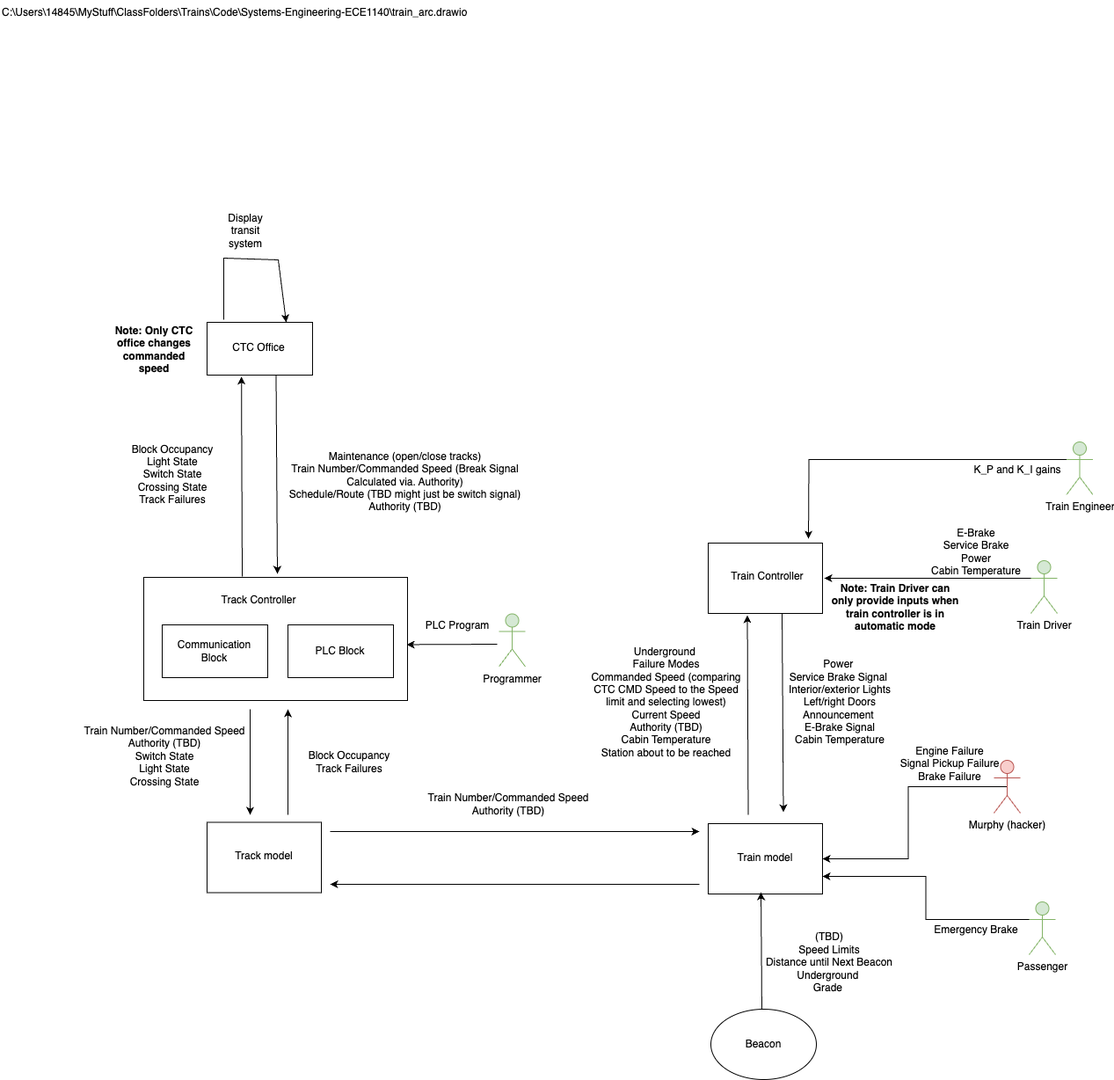
This is Architecture_Group3.png from lao57/Systems-Engineering-ECE1140, a draw.io export, as it was before one commit. Source tidied: cells renumbered, new cells last; positions are measured from the earlier drawing's top-left corner, leaving out a move shared by most shapes. The source it was exported from:
```xml
<mxGraphModel>
  <root>
    <mxCell id="0" />
    <mxCell id="1" parent="0" />
    <mxCell id="2" value="&lt;div&gt;Emergency Brake&lt;/div&gt;&lt;div&gt;&lt;br&gt;&lt;/div&gt;" style="text;html=1;align=center;verticalAlign=middle;whiteSpace=wrap;rounded=0;rotation=0;" parent="1" vertex="1">
      <mxGeometry x="1050" y="1052" width="120" height="23" as="geometry" />
    </mxCell>
    <mxCell id="3" value="C:\Users\14845\MyStuff\ClassFolders\Trains\Code\Systems-Engineering-ECE1140\train_arc.drawio" style="text;whiteSpace=wrap;html=1;" parent="1" vertex="1">
      <mxGeometry width="550" height="51" as="geometry" />
    </mxCell>
    <mxCell id="4" style="rounded=0;whiteSpace=wrap;html=1;" parent="1" vertex="1">
      <mxGeometry x="163" y="656" width="300" height="140" as="geometry" />
    </mxCell>
    <mxCell id="5" style="rounded=0;whiteSpace=wrap;html=1;" parent="1" vertex="1">
      <mxGeometry x="235" y="366" width="120" height="60" as="geometry" />
    </mxCell>
    <mxCell id="6" style="endArrow=classic;html=1;rounded=0;" parent="1" edge="1">
      <mxGeometry relative="1" as="geometry">
        <mxPoint x="313.5" y="426" as="sourcePoint" />
        <mxPoint x="315" y="652" as="targetPoint" />
      </mxGeometry>
    </mxCell>
    <mxCell id="7" value="CTC Office" style="text;html=1;align=center;verticalAlign=middle;whiteSpace=wrap;rounded=0;" parent="1" vertex="1">
      <mxGeometry x="254" y="377" width="80" height="35" as="geometry" />
    </mxCell>
    <mxCell id="8" style="rounded=0;whiteSpace=wrap;html=1;" parent="1" vertex="1">
      <mxGeometry x="184" y="710" width="120" height="60" as="geometry" />
    </mxCell>
    <mxCell id="9" style="rounded=0;whiteSpace=wrap;html=1;" parent="1" vertex="1">
      <mxGeometry x="327" y="710" width="120" height="60" as="geometry" />
    </mxCell>
    <mxCell id="10" value="&lt;div&gt;Communication &lt;br&gt;&lt;/div&gt;&lt;div&gt;Block&lt;br&gt;&lt;/div&gt;" style="text;html=1;align=center;verticalAlign=middle;whiteSpace=wrap;rounded=0;" parent="1" vertex="1">
      <mxGeometry x="203" y="723" width="81" height="35" as="geometry" />
    </mxCell>
    <mxCell id="11" value="PLC Block" style="text;html=1;align=center;verticalAlign=middle;whiteSpace=wrap;rounded=0;" parent="1" vertex="1">
      <mxGeometry x="346" y="722.5" width="81" height="35" as="geometry" />
    </mxCell>
    <mxCell id="12" value="Track Controller" style="text;html=1;align=center;verticalAlign=middle;whiteSpace=wrap;rounded=0;" parent="1" vertex="1">
      <mxGeometry x="247" y="667" width="94" height="30" as="geometry" />
    </mxCell>
    <mxCell id="13" style="endArrow=classic;html=1;rounded=0;entryX=0.326;entryY=1.027;entryDx=0;entryDy=0;entryPerimeter=0;" parent="1" edge="1" target="5">
      <mxGeometry relative="1" as="geometry">
        <mxPoint x="275" y="655" as="sourcePoint" />
      </mxGeometry>
    </mxCell>
    <mxCell id="14" value="&lt;b&gt;Note: Only CTC office changes commanded speed&lt;/b&gt;" style="text;html=1;align=center;verticalAlign=middle;whiteSpace=wrap;rounded=0;" parent="1" vertex="1">
      <mxGeometry x="125" y="367" width="100" height="59" as="geometry" />
    </mxCell>
    <mxCell id="15" style="endArrow=classic;html=1;rounded=0;" parent="1" edge="1">
      <mxGeometry relative="1" as="geometry">
        <mxPoint x="375" y="945" as="sourcePoint" />
        <mxPoint x="795" y="945" as="targetPoint" />
      </mxGeometry>
    </mxCell>
    <mxCell id="16" style="endArrow=classic;html=1;rounded=0;" parent="1" edge="1">
      <mxGeometry relative="1" as="geometry">
        <mxPoint x="795" y="1005" as="sourcePoint" />
        <mxPoint x="375" y="1005" as="targetPoint" />
      </mxGeometry>
    </mxCell>
    <mxCell id="17" style="rounded=0;whiteSpace=wrap;html=1;" parent="1" vertex="1">
      <mxGeometry x="805" y="936" width="130" height="80" as="geometry" />
    </mxCell>
    <mxCell id="18" value="&lt;div&gt;Train model&lt;/div&gt;" style="text;html=1;align=center;verticalAlign=middle;whiteSpace=wrap;rounded=0;" parent="1" vertex="1">
      <mxGeometry x="830" y="957" width="80" height="35" as="geometry" />
    </mxCell>
    <mxCell id="19" style="rounded=0;whiteSpace=wrap;html=1;" parent="1" vertex="1">
      <mxGeometry x="235" y="934.5" width="130" height="80" as="geometry" />
    </mxCell>
    <mxCell id="20" value="&lt;div&gt;Track model&lt;br&gt;&lt;/div&gt;" style="text;html=1;align=center;verticalAlign=middle;whiteSpace=wrap;rounded=0;" parent="1" vertex="1">
      <mxGeometry x="260" y="955.5" width="80" height="35" as="geometry" />
    </mxCell>
    <mxCell id="21" style="endArrow=classic;html=1;rounded=0;" parent="1" edge="1">
      <mxGeometry relative="1" as="geometry">
        <mxPoint x="327" y="926" as="sourcePoint" />
        <mxPoint x="327" y="806" as="targetPoint" />
      </mxGeometry>
    </mxCell>
    <mxCell id="22" style="endArrow=classic;html=1;rounded=0;" parent="1" edge="1">
      <mxGeometry relative="1" as="geometry">
        <mxPoint x="284" y="806" as="sourcePoint" />
        <mxPoint x="284" y="926" as="targetPoint" />
      </mxGeometry>
    </mxCell>
    <mxCell id="23" value="&lt;div&gt;Train Number/Commanded Speed&lt;/div&gt;&lt;div&gt;Authority (TBD)&lt;/div&gt;" style="text;html=1;align=center;verticalAlign=middle;whiteSpace=wrap;rounded=0;" parent="1" vertex="1">
      <mxGeometry x="469" y="855" width="218" height="117" as="geometry" />
    </mxCell>
    <mxCell id="24" value="&lt;div&gt;(TBD)&lt;/div&gt;Speed Limits&lt;div&gt;Distance until Next Beacon&lt;/div&gt;&lt;div&gt;Underground&amp;nbsp;&lt;/div&gt;&lt;div&gt;Grade&amp;nbsp;&lt;/div&gt;&lt;div&gt;&lt;br&gt;&lt;/div&gt;" style="text;html=1;align=center;verticalAlign=middle;whiteSpace=wrap;rounded=0;" parent="1" vertex="1">
      <mxGeometry x="840" y="1042" width="206" height="117" as="geometry" />
    </mxCell>
    <mxCell id="25" style="endArrow=classic;html=1;rounded=0;" parent="1" edge="1">
      <mxGeometry relative="1" as="geometry">
        <mxPoint x="889" y="697" as="sourcePoint" />
        <mxPoint x="890.5" y="923" as="targetPoint" />
      </mxGeometry>
    </mxCell>
    <mxCell id="26" style="endArrow=classic;html=1;rounded=0;entryX=0.326;entryY=1.027;entryDx=0;entryDy=0;entryPerimeter=0;" parent="1" edge="1">
      <mxGeometry relative="1" as="geometry">
        <mxPoint x="850.5" y="926" as="sourcePoint" />
        <mxPoint x="849.5" y="699" as="targetPoint" />
      </mxGeometry>
    </mxCell>
    <mxCell id="27" style="rounded=0;whiteSpace=wrap;html=1;" parent="1" vertex="1">
      <mxGeometry x="805" y="617" width="130" height="80" as="geometry" />
    </mxCell>
    <mxCell id="28" value="Train Controller" style="text;html=1;align=center;verticalAlign=middle;whiteSpace=wrap;rounded=0;" parent="1" vertex="1">
      <mxGeometry x="830" y="638" width="85" height="35" as="geometry" />
    </mxCell>
    <mxCell id="29" value="&lt;div&gt;Underground&amp;nbsp;&lt;/div&gt;&lt;div&gt;Failure Modes&lt;/div&gt;&lt;div&gt;&lt;span style=&quot;background-color: transparent; color: light-dark(rgb(0, 0, 0), rgb(255, 255, 255));&quot;&gt;Commanded Speed (comparing CTC CMD Speed to the Speed limit and selecting lowest)&lt;/span&gt;&lt;/div&gt;&lt;div&gt;&lt;span style=&quot;background-color: transparent; color: light-dark(rgb(0, 0, 0), rgb(255, 255, 255));&quot;&gt;Current Speed&lt;/span&gt;&lt;/div&gt;&lt;div&gt;&lt;span style=&quot;background-color: transparent; color: light-dark(rgb(0, 0, 0), rgb(255, 255, 255));&quot;&gt;Authority (TBD)&lt;/span&gt;&lt;/div&gt;&lt;div&gt;Cabin Temperature&lt;span style=&quot;background-color: transparent; color: light-dark(rgb(0, 0, 0), rgb(255, 255, 255));&quot;&gt;&lt;/span&gt;&lt;/div&gt;Station about to be reached" style="text;html=1;align=center;verticalAlign=middle;whiteSpace=wrap;rounded=0;" parent="1" vertex="1">
      <mxGeometry x="662" y="730" width="191" height="136" as="geometry" />
    </mxCell>
    <mxCell id="30" value="Power&amp;nbsp;&lt;div&gt;Service Brake Signal&amp;nbsp;&lt;/div&gt;&lt;div&gt;Interior/exterior Lights&lt;/div&gt;&lt;div&gt;Left/right Doors&lt;/div&gt;&lt;div&gt;Announcement&amp;nbsp;&lt;/div&gt;&lt;div&gt;E-Brake Signal&lt;/div&gt;&lt;div&gt;Cabin Temperature&lt;/div&gt;" style="text;html=1;align=center;verticalAlign=middle;whiteSpace=wrap;rounded=0;" parent="1" vertex="1">
      <mxGeometry x="880" y="739" width="150" height="117" as="geometry" />
    </mxCell>
    <mxCell id="31" value="Maintenance (open/close tracks)&lt;div&gt;Train Number/Commanded Speed (Break Signal Calculated via. Authority)&lt;/div&gt;&lt;div&gt;Schedule/Route (TBD might just be switch signal)&lt;/div&gt;&lt;div&gt;Authority (TBD)&lt;/div&gt;&lt;div&gt;&lt;br&gt;&lt;/div&gt;&lt;div&gt;&lt;br&gt;&lt;/div&gt;&lt;div&gt;&lt;br&gt;&lt;/div&gt;&lt;div&gt;&lt;br&gt;&lt;/div&gt;" style="text;html=1;align=center;verticalAlign=middle;whiteSpace=wrap;rounded=0;" parent="1" vertex="1">
      <mxGeometry x="324" y="463" width="273" height="226" as="geometry" />
    </mxCell>
    <mxCell id="32" value="Block Occupancy&lt;div&gt;Light State&lt;/div&gt;&lt;div&gt;Switch State&lt;/div&gt;&lt;div&gt;Crossing State&lt;/div&gt;&lt;div&gt;Track Failures&lt;/div&gt;" style="text;html=1;align=center;verticalAlign=middle;whiteSpace=wrap;rounded=0;" parent="1" vertex="1">
      <mxGeometry x="145" y="434" width="102" height="209" as="geometry" />
    </mxCell>
    <mxCell id="33" value="&lt;div&gt;&lt;br&gt;&lt;/div&gt;&lt;div&gt;Block Occupancy&lt;/div&gt;&lt;div&gt;Track Failures&lt;/div&gt;" style="text;html=1;align=center;verticalAlign=middle;whiteSpace=wrap;rounded=0;" parent="1" vertex="1">
      <mxGeometry x="331" y="790" width="132" height="137" as="geometry" />
    </mxCell>
    <mxCell id="34" value="Train Number/Commanded Speed&#10;Authority (TBD)&#10;Switch State&#10;Light State&#10;Crossing State&#10;" style="text;whiteSpace=wrap;align=center;" parent="1" vertex="1">
      <mxGeometry x="80" y="817" width="214" height="132" as="geometry" />
    </mxCell>
    <mxCell id="35" style="endArrow=classic;html=1;rounded=0;" parent="1" edge="1">
      <mxGeometry relative="1" as="geometry">
        <mxPoint x="866" y="1149" as="sourcePoint" />
        <mxPoint x="865" y="1014" as="targetPoint" />
      </mxGeometry>
    </mxCell>
    <mxCell id="36" value="Beacon" style="ellipse;whiteSpace=wrap;html=1;" parent="1" vertex="1">
      <mxGeometry x="808" y="1147" width="120" height="80" as="geometry" />
    </mxCell>
    <mxCell id="37" style="edgeStyle=orthogonalEdgeStyle;rounded=0;jettySize=auto;html=1;exitX=0.5;exitY=0.5;exitDx=0;exitDy=0;exitPerimeter=0;entryX=1;entryY=0.5;entryDx=0;entryDy=0;" parent="1" edge="1" source="38" target="17">
      <mxGeometry relative="1" as="geometry" />
    </mxCell>
    <mxCell id="38" value="Murphy (hacker)" style="shape=umlActor;verticalLabelPosition=bottom;verticalAlign=top;html=1;outlineConnect=0;fillColor=#f8cecc;strokeColor=#b85450;" parent="1" vertex="1">
      <mxGeometry x="1130" y="864" width="30" height="60" as="geometry" />
    </mxCell>
    <mxCell id="39" style="edgeStyle=orthogonalEdgeStyle;rounded=0;jettySize=auto;html=1;exitX=0;exitY=0.3333333333333333;exitDx=0;exitDy=0;exitPerimeter=0;entryX=1;entryY=0.75;entryDx=0;entryDy=0;" parent="1" edge="1" source="40" target="17">
      <mxGeometry relative="1" as="geometry" />
    </mxCell>
    <mxCell id="40" value="Passenger" style="shape=umlActor;verticalLabelPosition=bottom;verticalAlign=top;html=1;outlineConnect=0;fillColor=#d5e8d4;strokeColor=#82b366;" parent="1" vertex="1">
      <mxGeometry x="1170" y="1025" width="30" height="60" as="geometry" />
    </mxCell>
    <mxCell id="41" value="&lt;div&gt;Engine Failure&lt;/div&gt;&lt;div&gt;Signal Pickup Failure&lt;/div&gt;&lt;div&gt;Brake Failure&lt;/div&gt;" style="text;html=1;align=center;verticalAlign=middle;whiteSpace=wrap;rounded=0;" parent="1" vertex="1">
      <mxGeometry x="1021" y="837" width="118" height="61" as="geometry" />
    </mxCell>
    <mxCell id="42" value="&lt;div&gt;PLC Program&lt;/div&gt;" style="text;html=1;align=center;verticalAlign=middle;whiteSpace=wrap;rounded=0;rotation=0;" parent="1" vertex="1">
      <mxGeometry x="460" y="699.5" width="120" height="23" as="geometry" />
    </mxCell>
    <mxCell id="43" value="Programmer" style="shape=umlActor;verticalLabelPosition=bottom;verticalAlign=top;html=1;fillColor=#d5e8d4;strokeColor=#82b366;" parent="1" vertex="1">
      <mxGeometry x="567" y="697.5" width="30" height="60" as="geometry" />
    </mxCell>
    <mxCell id="44" style="endArrow=classic;html=1;rounded=0;entryX=0.997;entryY=0.546;entryDx=0;entryDy=0;entryPerimeter=0;" parent="1" edge="1" target="4">
      <mxGeometry relative="1" as="geometry">
        <mxPoint x="565" y="732" as="sourcePoint" />
      </mxGeometry>
    </mxCell>
    <mxCell id="45" value="&lt;div&gt;E-Brake&lt;/div&gt;&lt;div&gt;Service Brake&lt;/div&gt;Power&lt;br&gt;Cabin Temperature" style="text;html=1;align=center;verticalAlign=middle;whiteSpace=wrap;rounded=0;rotation=0;" parent="1" vertex="1">
      <mxGeometry x="1050" y="615" width="120" height="23" as="geometry" />
    </mxCell>
    <mxCell id="46" style="edgeStyle=orthogonalEdgeStyle;rounded=0;jettySize=auto;html=1;exitX=0;exitY=0.3333333333333333;exitDx=0;exitDy=0;exitPerimeter=0;" parent="1" edge="1" source="47">
      <mxGeometry relative="1" as="geometry">
        <mxPoint x="937" y="657" as="targetPoint" />
      </mxGeometry>
    </mxCell>
    <mxCell id="47" value="&lt;div&gt;Train Driver&lt;/div&gt;" style="shape=umlActor;verticalLabelPosition=bottom;verticalAlign=top;html=1;outlineConnect=0;fillColor=#d5e8d4;strokeColor=#82b366;" parent="1" vertex="1">
      <mxGeometry x="1172" y="637" width="30" height="60" as="geometry" />
    </mxCell>
    <mxCell id="48" value="K_P and K_I gains" style="text;html=1;align=center;verticalAlign=middle;whiteSpace=wrap;rounded=0;rotation=0;" parent="1" vertex="1">
      <mxGeometry x="1096.5" y="522" width="120" height="23" as="geometry" />
    </mxCell>
    <mxCell id="49" style="edgeStyle=orthogonalEdgeStyle;rounded=0;jettySize=auto;html=1;exitX=0;exitY=0.3333333333333333;exitDx=0;exitDy=0;exitPerimeter=0;" parent="1" edge="1" source="50">
      <mxGeometry relative="1" as="geometry">
        <mxPoint x="919" y="612" as="targetPoint" />
      </mxGeometry>
    </mxCell>
    <mxCell id="50" value="&lt;div&gt;Train Engineer&lt;/div&gt;" style="shape=umlActor;verticalLabelPosition=bottom;verticalAlign=top;html=1;outlineConnect=0;fillColor=#d5e8d4;strokeColor=#82b366;" parent="1" vertex="1">
      <mxGeometry x="1212.5" y="502" width="30" height="60" as="geometry" />
    </mxCell>
    <mxCell id="51" value="&lt;b&gt;Note: Train Driver can only provide inputs when train controller is in automatic mode&lt;/b&gt;" style="text;html=1;align=center;verticalAlign=middle;whiteSpace=wrap;rounded=0;" parent="1" vertex="1">
      <mxGeometry x="944" y="661" width="148" height="58" as="geometry" />
    </mxCell>
    <mxCell id="52" style="endArrow=classic;html=1;rounded=0;entryX=0.75;entryY=0;entryDx=0;entryDy=0;" parent="1" edge="1" target="5">
      <mxGeometry relative="1" as="geometry">
        <mxPoint x="254" y="363" as="sourcePoint" />
        <Array as="points">
          <mxPoint x="254" y="293" />
          <mxPoint x="316" y="295" />
        </Array>
      </mxGeometry>
    </mxCell>
    <mxCell id="53" value="Display transit system" style="text;html=1;align=center;verticalAlign=middle;whiteSpace=wrap;rounded=0;" parent="1" vertex="1">
      <mxGeometry x="249" y="247" width="60" height="30" as="geometry" />
    </mxCell>
  </root>
</mxGraphModel>
```
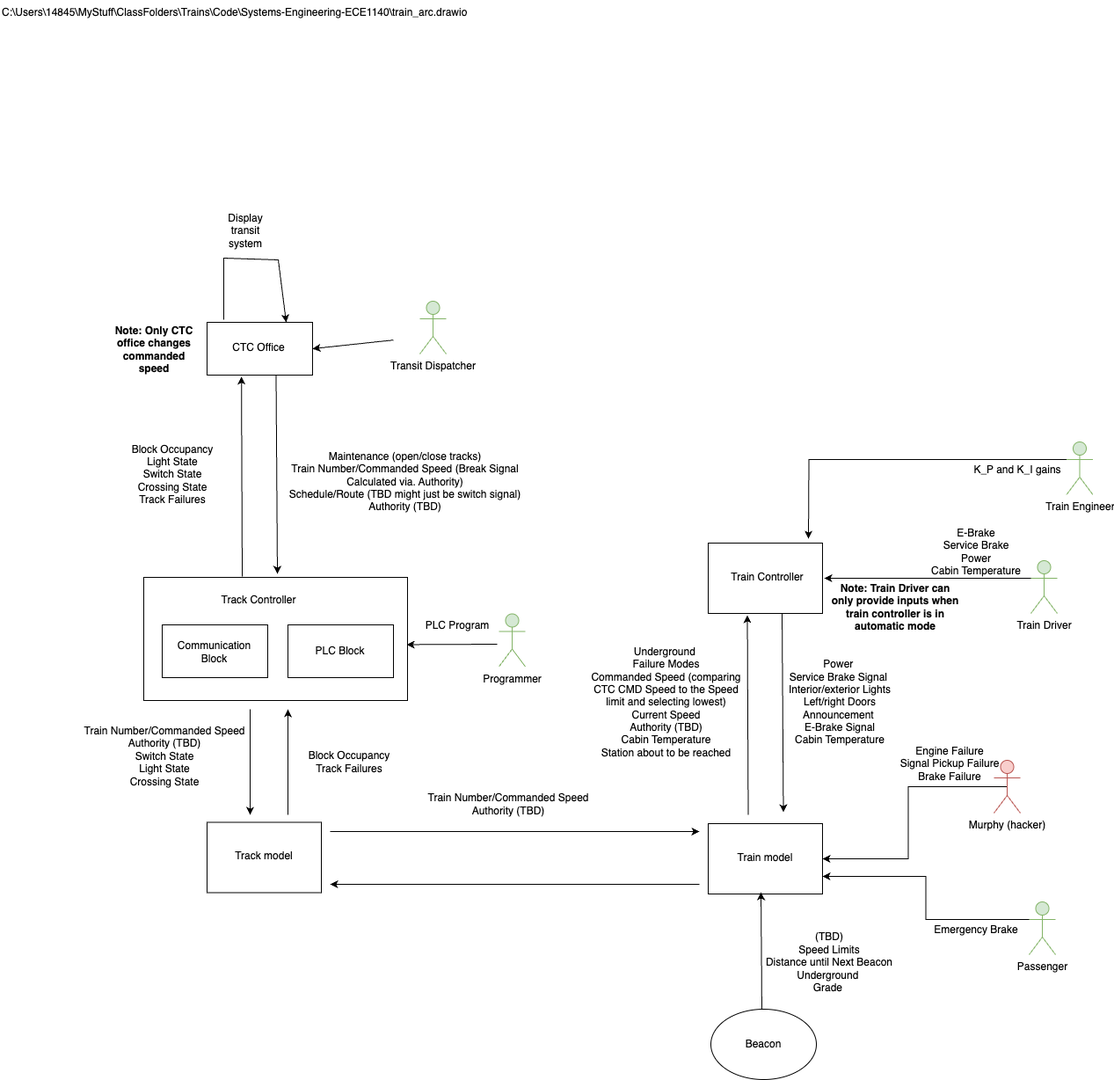
After the change.

Diff of the diagram source:
```diff
@@ -196,5 +196,13 @@
     <mxCell id="53" value="Display transit system" style="text;html=1;align=center;verticalAlign=middle;whiteSpace=wrap;rounded=0;" parent="1" vertex="1">
       <mxGeometry x="249" y="247" width="60" height="30" as="geometry" />
     </mxCell>
+    <mxCell id="54" value="Transit Dispatcher&lt;div&gt;&lt;br&gt;&lt;/div&gt;" style="shape=umlActor;verticalLabelPosition=bottom;verticalAlign=top;html=1;fillColor=#d5e8d4;strokeColor=#82b366;" parent="1" vertex="1">
+      <mxGeometry x="477" y="342" width="30" height="60" as="geometry" />
+    </mxCell>
+    <mxCell id="55" style="endArrow=classic;html=1;rounded=0;entryX=1;entryY=0.5;entryDx=0;entryDy=0;" parent="1" edge="1" target="5">
+      <mxGeometry relative="1" as="geometry">
+        <mxPoint x="447" y="386.2" as="sourcePoint" />
+      </mxGeometry>
+    </mxCell>
   </root>
 </mxGraphModel>
```
